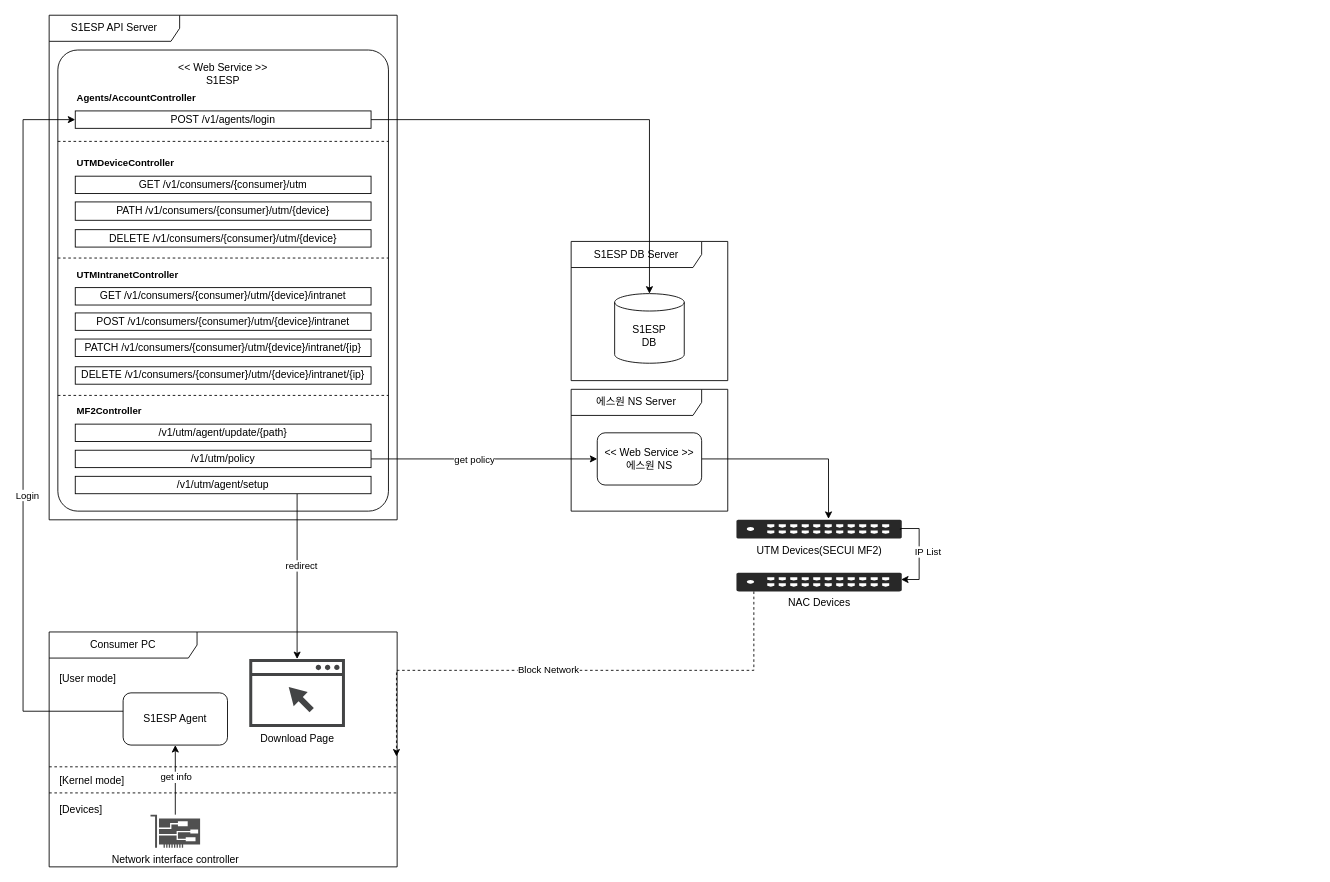
The draw.io diagram utm-s1ns.drawio in djcho/draw-io-repo, before the edit. Source tidied: cells renumbered, new cells numbered last; positions are measured from the earlier drawing's top-left corner, leaving out a move shared by most shapes. Both pictures are drawn from the tidied source at 87%, with x=0, y=0 at pixel (23, 15).
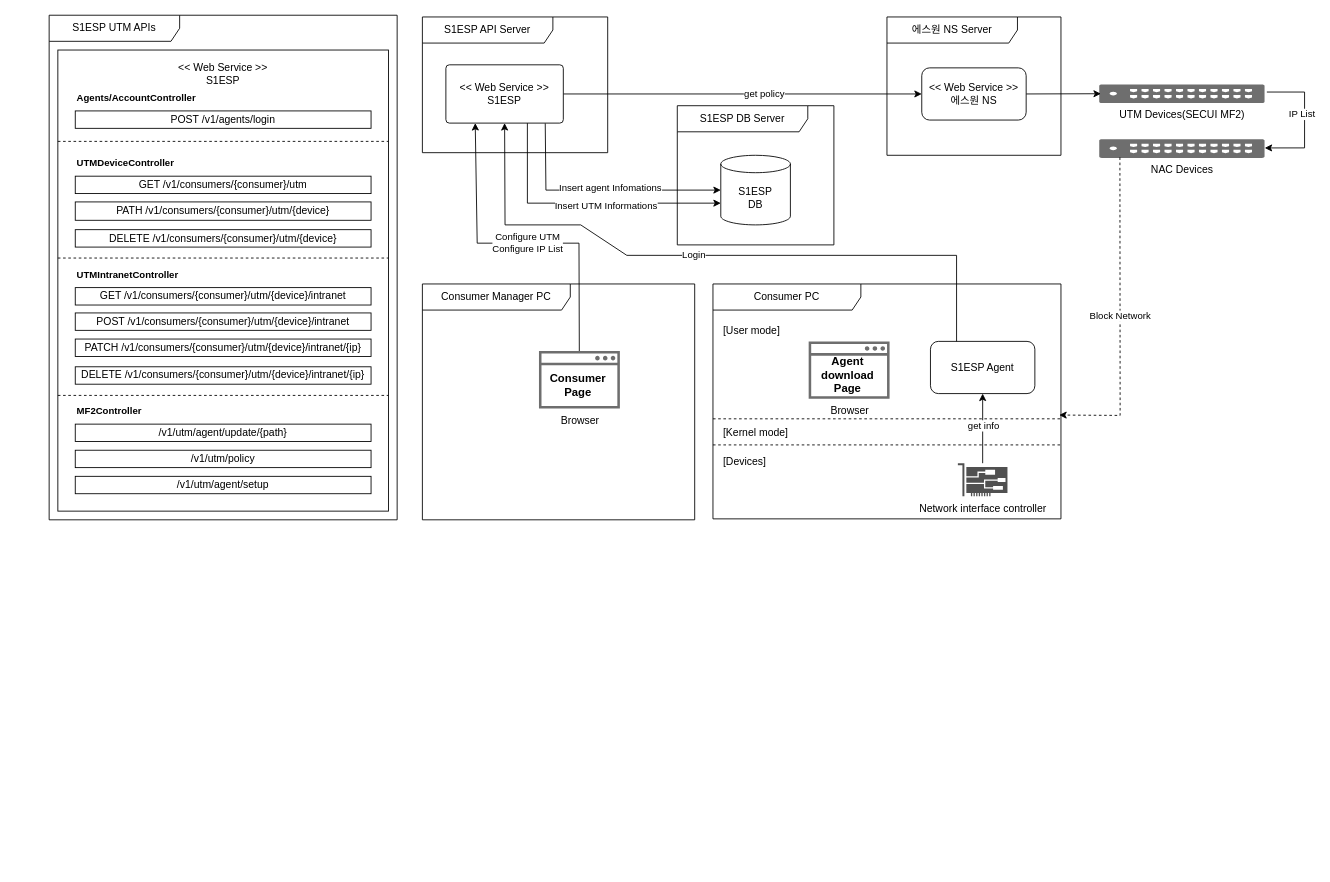
The same page after the edit.

The change refers to these unchanged cells:
```xml
<mxCell id="23" value="/v1/utm/policy" style="rounded=0;whiteSpace=wrap;html=1;" parent="1" vertex="1">
  <mxGeometry x="60" y="500" width="340" height="20" as="geometry" />
</mxCell>
<mxCell id="31" value="/v1/utm/agent/setup" style="rounded=0;whiteSpace=wrap;html=1;" parent="1" vertex="1">
  <mxGeometry x="60" y="530" width="340" height="20" as="geometry" />
</mxCell>
<mxCell id="42" value="POST&amp;nbsp;/v1/agents/login" style="rounded=0;whiteSpace=wrap;html=1;" parent="1" vertex="1">
  <mxGeometry x="60" y="110" width="340" height="20" as="geometry" />
</mxCell>
```

Diff of the diagram source:
```diff
@@
-<mxGraphModel>
+<mxGraphModel background="#ffffff">
@@
-    <mxCell id="2" value="&amp;lt;&amp;lt; Web Service&lt;span style=&quot;background-color: initial;&quot;&gt;&amp;nbsp;&amp;gt;&amp;gt;&lt;/span&gt;&lt;div&gt;S1ESP&lt;/div&gt;&lt;div&gt;&lt;br&gt;&lt;/div&gt;&lt;div&gt;&lt;br&gt;&lt;/div&gt;&lt;div&gt;&lt;br&gt;&lt;/div&gt;&lt;div&gt;&lt;br&gt;&lt;/div&gt;&lt;div&gt;&lt;br&gt;&lt;/div&gt;&lt;div&gt;&lt;br&gt;&lt;/div&gt;&lt;div&gt;&lt;br&gt;&lt;/div&gt;&lt;div&gt;&lt;br&gt;&lt;/div&gt;&lt;div&gt;&lt;br&gt;&lt;/div&gt;&lt;div&gt;&lt;br&gt;&lt;/div&gt;&lt;div&gt;&lt;br&gt;&lt;/div&gt;&lt;div&gt;&lt;br&gt;&lt;/div&gt;&lt;div&gt;&lt;br&gt;&lt;/div&gt;&lt;div&gt;&lt;br&gt;&lt;/div&gt;&lt;div&gt;&lt;br&gt;&lt;/div&gt;&lt;div&gt;&lt;br&gt;&lt;/div&gt;&lt;div&gt;&lt;br&gt;&lt;/div&gt;&lt;div&gt;&lt;br&gt;&lt;/div&gt;&lt;div&gt;&lt;br&gt;&lt;/div&gt;&lt;div&gt;&lt;br&gt;&lt;/div&gt;&lt;div&gt;&lt;br&gt;&lt;/div&gt;&lt;div&gt;&lt;br&gt;&lt;/div&gt;&lt;div&gt;&lt;br&gt;&lt;/div&gt;&lt;div&gt;&lt;br&gt;&lt;/div&gt;&lt;div&gt;&lt;br&gt;&lt;/div&gt;&lt;div&gt;&lt;br&gt;&lt;/div&gt;&lt;div&gt;&lt;br&gt;&lt;/div&gt;&lt;div&gt;&lt;br&gt;&lt;/div&gt;&lt;div&gt;&lt;br&gt;&lt;/div&gt;&lt;div&gt;&lt;br&gt;&lt;/div&gt;&lt;div&gt;&lt;br&gt;&lt;/div&gt;&lt;div&gt;&lt;br&gt;&lt;/div&gt;&lt;div&gt;&lt;br&gt;&lt;/div&gt;" style="rounded=1;whiteSpace=wrap;html=1;arcSize=6;" parent="1" vertex="1">
+    <mxCell id="2" value="&amp;lt;&amp;lt; Web Service&lt;span style=&quot;background-color: initial;&quot;&gt;&amp;nbsp;&amp;gt;&amp;gt;&lt;/span&gt;&lt;div&gt;S1ESP&lt;/div&gt;&lt;div&gt;&lt;br&gt;&lt;/div&gt;&lt;div&gt;&lt;br&gt;&lt;/div&gt;&lt;div&gt;&lt;br&gt;&lt;/div&gt;&lt;div&gt;&lt;br&gt;&lt;/div&gt;&lt;div&gt;&lt;br&gt;&lt;/div&gt;&lt;div&gt;&lt;br&gt;&lt;/div&gt;&lt;div&gt;&lt;br&gt;&lt;/div&gt;&lt;div&gt;&lt;br&gt;&lt;/div&gt;&lt;div&gt;&lt;br&gt;&lt;/div&gt;&lt;div&gt;&lt;br&gt;&lt;/div&gt;&lt;div&gt;&lt;br&gt;&lt;/div&gt;&lt;div&gt;&lt;br&gt;&lt;/div&gt;&lt;div&gt;&lt;br&gt;&lt;/div&gt;&lt;div&gt;&lt;br&gt;&lt;/div&gt;&lt;div&gt;&lt;br&gt;&lt;/div&gt;&lt;div&gt;&lt;br&gt;&lt;/div&gt;&lt;div&gt;&lt;br&gt;&lt;/div&gt;&lt;div&gt;&lt;br&gt;&lt;/div&gt;&lt;div&gt;&lt;br&gt;&lt;/div&gt;&lt;div&gt;&lt;br&gt;&lt;/div&gt;&lt;div&gt;&lt;br&gt;&lt;/div&gt;&lt;div&gt;&lt;br&gt;&lt;/div&gt;&lt;div&gt;&lt;br&gt;&lt;/div&gt;&lt;div&gt;&lt;br&gt;&lt;/div&gt;&lt;div&gt;&lt;br&gt;&lt;/div&gt;&lt;div&gt;&lt;br&gt;&lt;/div&gt;&lt;div&gt;&lt;br&gt;&lt;/div&gt;&lt;div&gt;&lt;br&gt;&lt;/div&gt;&lt;div&gt;&lt;br&gt;&lt;/div&gt;&lt;div&gt;&lt;br&gt;&lt;/div&gt;&lt;div&gt;&lt;br&gt;&lt;/div&gt;&lt;div&gt;&lt;br&gt;&lt;/div&gt;&lt;div&gt;&lt;br&gt;&lt;/div&gt;" style="rounded=1;whiteSpace=wrap;html=1;arcSize=0;" parent="1" vertex="1">
       <mxGeometry x="40" y="40" width="380" height="530" as="geometry" />
     </mxCell>
-    <mxCell id="3" value="S1ESP API Server" style="shape=umlFrame;whiteSpace=wrap;html=1;width=150;height=30;" parent="1" vertex="1">
+    <mxCell id="3" value="S1ESP UTM APIs" style="shape=umlFrame;whiteSpace=wrap;html=1;width=150;height=30;" parent="1" vertex="1">
       <mxGeometry x="30" width="400" height="580" as="geometry" />
     </mxCell>
     <mxCell id="4" value="Consumer PC" style="shape=umlFrame;whiteSpace=wrap;html=1;width=170;" parent="1" vertex="1">
-      <mxGeometry x="30" y="708.9" width="400" height="270" as="geometry" />
+      <mxGeometry x="793" y="308.9" width="400" height="270" as="geometry" />
     </mxCell>
@@
     <mxCell id="7" value="S1ESP Agent" style="rounded=1;whiteSpace=wrap;html=1;" parent="4" vertex="1">
-      <mxGeometry x="85" y="70" width="120" height="60" as="geometry" />
+      <mxGeometry x="250" y="66" width="120" height="60" as="geometry" />
     </mxCell>
@@
     <mxCell id="11" value="Network interface controller" style="sketch=0;shadow=0;dashed=0;html=1;strokeColor=none;fillColor=#505050;labelPosition=center;verticalLabelPosition=bottom;verticalAlign=top;outlineConnect=0;align=center;shape=mxgraph.office.devices.nic;" parent="4" vertex="1">
-      <mxGeometry x="116.5" y="210" width="57" height="38" as="geometry" />
+      <mxGeometry x="281.5" y="206" width="57" height="38" as="geometry" />
     </mxCell>
@@
-    <mxCell id="14" value="Download Page" style="sketch=0;shadow=0;dashed=0;html=1;strokeColor=none;fillColor=#434445;labelPosition=center;verticalLabelPosition=bottom;verticalAlign=top;align=center;outlineConnect=0;shape=mxgraph.vvd.web_browser;" parent="4" vertex="1">
-      <mxGeometry x="230" y="31.1" width="110" height="78.1" as="geometry" />
-    </mxCell>
+    <mxCell id="50" value="Browser" style="sketch=0;shadow=0;dashed=0;html=1;strokeColor=none;fillColor=#6E6E6E;labelPosition=center;verticalLabelPosition=bottom;verticalAlign=top;align=center;shape=mxgraph.vvd.web_browser;strokeWidth=1;" parent="4" vertex="1">
+      <mxGeometry x="110" y="66" width="93" height="66" as="geometry" />
+    </mxCell>
+    <mxCell id="51" value="&lt;font style=&quot;font-size: 13px;&quot;&gt;&lt;b&gt;Agent download&lt;br&gt;Page&lt;/b&gt;&lt;/font&gt;" style="text;html=1;align=center;verticalAlign=middle;whiteSpace=wrap;rounded=0;fillColor=default;" parent="4" vertex="1">
+      <mxGeometry x="120" y="85.5" width="70" height="39.5" as="geometry" />
+    </mxCell>
     <mxCell id="15" value="S1ESP&lt;br&gt;DB" style="shape=cylinder3;whiteSpace=wrap;html=1;boundedLbl=1;backgroundOutline=1;size=10;" parent="1" vertex="1">
-      <mxGeometry x="680" y="320" width="80" height="80" as="geometry" />
+      <mxGeometry x="802" y="161" width="80" height="80" as="geometry" />
     </mxCell>
-    <mxCell id="16" value="UTM Devices(SECUI MF2)" style="verticalLabelPosition=bottom;sketch=0;html=1;fillColor=#282828;strokeColor=none;verticalAlign=top;align=center;shape=mxgraph.cisco_safe.security_icons.utm;" parent="1" vertex="1">
-      <mxGeometry x="820" y="580" width="190" height="21.5" as="geometry" />
+    <mxCell id="16" value="UTM Devices(SECUI MF2)" style="verticalLabelPosition=bottom;sketch=0;html=1;fillColor=#6E6E6E;strokeColor=none;verticalAlign=top;align=center;shape=mxgraph.cisco_safe.security_icons.utm;" parent="1" vertex="1">
+      <mxGeometry x="1237" y="79.5" width="190" height="21.5" as="geometry" />
     </mxCell>
-    <mxCell id="17" style="rounded=0;jettySize=auto;html=1;exitX=1;exitY=0.5;exitDx=0;exitDy=0;entryX=0.557;entryY=-0.051;entryDx=0;entryDy=0;entryPerimeter=0;edgeStyle=orthogonalEdgeStyle;" parent="1" edge="1" source="20" target="16">
+    <mxCell id="17" style="rounded=0;jettySize=auto;html=1;exitX=1;exitY=0.5;exitDx=0;exitDy=0;entryX=0.01;entryY=0.499;entryDx=0;entryDy=0;entryPerimeter=0;" parent="1" edge="1" source="20" target="16">
       <mxGeometry relative="1" as="geometry" />
     </mxCell>
     <mxCell id="18" value="S1ESP DB Server" style="shape=umlFrame;whiteSpace=wrap;html=1;width=150;height=30;" parent="1" vertex="1">
-      <mxGeometry x="630" y="260" width="180" height="160" as="geometry" />
+      <mxGeometry x="752" y="104" width="180" height="160" as="geometry" />
     </mxCell>
     <mxCell id="19" value="에스원 NS Server" style="shape=umlFrame;whiteSpace=wrap;html=1;width=150;height=30;" parent="1" vertex="1">
-      <mxGeometry x="630" y="430" width="180" height="140" as="geometry" />
+      <mxGeometry x="993" y="2" width="200" height="159" as="geometry" />
     </mxCell>
     <mxCell id="20" value="&amp;lt;&amp;lt; Web Service &amp;gt;&amp;gt;&lt;br&gt;에스원 NS" style="rounded=1;whiteSpace=wrap;html=1;" parent="1" vertex="1">
-      <mxGeometry x="660" y="480" width="120" height="60" as="geometry" />
+      <mxGeometry x="1033" y="60.5" width="120" height="60" as="geometry" />
     </mxCell>
-    <mxCell id="21" style="rounded=0;jettySize=auto;html=1;entryX=0;entryY=0.5;entryDx=0;entryDy=0;exitX=1;exitY=0.5;exitDx=0;exitDy=0;" parent="1" edge="1" source="23" target="20">
-      <mxGeometry relative="1" as="geometry" />
-    </mxCell>
-    <mxCell id="22" value="get policy" style="edgeLabel;html=1;align=center;verticalAlign=middle;" parent="21" vertex="1">
-      <mxGeometry x="-0.09" relative="1" as="geometry" />
-    </mxCell>
@@
-    <mxCell id="25" value="NAC Devices" style="verticalLabelPosition=bottom;sketch=0;html=1;fillColor=#282828;strokeColor=none;verticalAlign=top;align=center;shape=mxgraph.cisco_safe.security_icons.utm;" parent="1" vertex="1">
-      <mxGeometry x="820" y="640.8" width="190" height="21.5" as="geometry" />
+    <mxCell id="25" value="NAC Devices" style="verticalLabelPosition=bottom;sketch=0;html=1;fillColor=#6E6E6E;strokeColor=none;verticalAlign=top;align=center;shape=mxgraph.cisco_safe.security_icons.utm;" parent="1" vertex="1">
+      <mxGeometry x="1237" y="142.5" width="190" height="21.5" as="geometry" />
     </mxCell>
-    <mxCell id="26" value="IP List" style="rounded=0;jettySize=auto;html=1;exitX=0.992;exitY=0.534;exitDx=0;exitDy=0;exitPerimeter=0;edgeStyle=orthogonalEdgeStyle;entryX=0.996;entryY=0.363;entryDx=0;entryDy=0;entryPerimeter=0;" parent="1" edge="1" source="16" target="25">
-      <mxGeometry x="-0.02" y="10" relative="1" as="geometry">
+    <mxCell id="26" value="IP List" style="rounded=0;jettySize=auto;html=1;entryX=1.001;entryY=0.467;entryDx=0;entryDy=0;entryPerimeter=0;exitX=1.014;exitY=0.409;exitDx=0;exitDy=0;exitPerimeter=0;edgeStyle=orthogonalEdgeStyle;" parent="1" edge="1" source="16" target="25">
+      <mxGeometry x="-0.1" y="-3" relative="1" as="geometry">
         <Array as="points">
-          <mxPoint x="1009" y="590" />
-          <mxPoint x="1030" y="590" />
-          <mxPoint x="1030" y="649" />
+          <mxPoint x="1473" y="88" />
+          <mxPoint x="1473" y="153" />
+          <mxPoint x="1427" y="153" />
         </Array>
       </mxGeometry>
     </mxCell>
-    <mxCell id="27" style="rounded=0;jettySize=auto;html=1;entryX=0.998;entryY=0.53;entryDx=0;entryDy=0;entryPerimeter=0;dashed=1;edgeStyle=orthogonalEdgeStyle;" parent="1" edge="1" source="25" target="4">
+    <mxCell id="27" style="rounded=0;jettySize=auto;html=1;dashed=1;entryX=0.995;entryY=0.558;entryDx=0;entryDy=0;entryPerimeter=0;exitX=0.125;exitY=0.971;exitDx=0;exitDy=0;exitPerimeter=0;" parent="1" edge="1" source="25" target="4">
       <mxGeometry relative="1" as="geometry">
         <Array as="points">
-          <mxPoint x="840" y="753" />
+          <mxPoint x="1261" y="460" />
         </Array>
       </mxGeometry>
     </mxCell>
     <mxCell id="28" value="Block Network" style="edgeLabel;html=1;align=center;verticalAlign=middle;" parent="27" vertex="1">
-      <mxGeometry x="0.09" y="-2" relative="1" as="geometry" />
+      <mxGeometry x="0.09" y="-2" relative="1" as="geometry">
+        <mxPoint x="2" y="-18" as="offset" />
+      </mxGeometry>
     </mxCell>
-    <mxCell id="29" style="rounded=0;jettySize=auto;html=1;exitX=0.75;exitY=1;exitDx=0;exitDy=0;edgeStyle=orthogonalEdgeStyle;" parent="1" edge="1" source="31" target="14">
-      <mxGeometry relative="1" as="geometry" />
-    </mxCell>
-    <mxCell id="30" value="redirect" style="edgeLabel;html=1;align=center;verticalAlign=middle;" parent="29" vertex="1">
-      <mxGeometry x="-0.07" y="2" relative="1" as="geometry">
-        <mxPoint x="3" y="-6" as="offset" />
-      </mxGeometry>
-    </mxCell>
@@
-    <mxCell id="36" style="edgeStyle=orthogonalEdgeStyle;rounded=0;jettySize=auto;html=1;entryX=0;entryY=0.5;entryDx=0;entryDy=0;" parent="1" edge="1" source="7" target="42">
-      <mxGeometry relative="1" as="geometry">
-        <Array as="points">
-          <mxPoint x="175" y="800" />
-          <mxPoint y="800" />
-          <mxPoint y="130" />
-        </Array>
-      </mxGeometry>
-    </mxCell>
-    <mxCell id="37" value="Login" style="edgeLabel;html=1;align=center;verticalAlign=middle;" parent="36" vertex="1">
-      <mxGeometry x="-0.15" y="-4" relative="1" as="geometry">
-        <mxPoint y="-1" as="offset" />
-      </mxGeometry>
-    </mxCell>
@@
-    <mxCell id="41" style="edgeStyle=orthogonalEdgeStyle;rounded=0;jettySize=auto;html=1;" parent="1" edge="1" source="42" target="15">
-      <mxGeometry relative="1" as="geometry" />
-    </mxCell>
@@
+    <mxCell id="52" style="rounded=0;jettySize=auto;html=1;entryX=0;entryY=0.5;entryDx=0;entryDy=0;" parent="1" edge="1" source="53" target="20">
+      <mxGeometry relative="1" as="geometry" />
+    </mxCell>
+    <mxCell id="22" value="get policy" style="edgeLabel;html=1;align=center;verticalAlign=middle;" parent="52" vertex="1">
+      <mxGeometry x="0.11" y="-5" relative="1" as="geometry">
+        <mxPoint x="1" y="-5" as="offset" />
+      </mxGeometry>
+    </mxCell>
+    <mxCell id="53" value="&amp;lt;&amp;lt; Web Service&lt;span style=&quot;background-color: initial;&quot;&gt;&amp;nbsp;&amp;gt;&amp;gt;&lt;/span&gt;&lt;div&gt;S1ESP&lt;/div&gt;" style="rounded=1;whiteSpace=wrap;html=1;arcSize=6;" parent="1" vertex="1">
+      <mxGeometry x="486" y="57" width="135" height="67" as="geometry" />
+    </mxCell>
+    <mxCell id="54" value="S1ESP API Server" style="shape=umlFrame;whiteSpace=wrap;html=1;width=150;height=30;" parent="1" vertex="1">
+      <mxGeometry x="459" y="2" width="213" height="156" as="geometry" />
+    </mxCell>
+    <mxCell id="55" style="rounded=0;jettySize=auto;html=1;entryX=0.25;entryY=1;entryDx=0;entryDy=0;" parent="1" edge="1" source="61" target="53">
+      <mxGeometry relative="1" as="geometry">
+        <Array as="points">
+          <mxPoint x="639" y="262" />
+          <mxPoint x="522" y="262" />
+        </Array>
+      </mxGeometry>
+    </mxCell>
+    <mxCell id="56" value="Configure UTM&lt;br&gt;Configure IP List" style="edgeLabel;html=1;align=center;verticalAlign=middle;" parent="55" vertex="1">
+      <mxGeometry x="-0.13" relative="1" as="geometry">
+        <mxPoint x="-19" y="-1" as="offset" />
+      </mxGeometry>
+    </mxCell>
+    <mxCell id="57" style="rounded=0;jettySize=auto;html=1;entryX=0.5;entryY=1;entryDx=0;entryDy=0;exitX=0.25;exitY=0;exitDx=0;exitDy=0;" parent="1" edge="1" source="7" target="53">
+      <mxGeometry relative="1" as="geometry">
+        <Array as="points">
+          <mxPoint x="1073" y="276" />
+          <mxPoint x="694" y="276" />
+          <mxPoint x="641" y="241" />
+          <mxPoint x="554" y="241" />
+        </Array>
+      </mxGeometry>
+    </mxCell>
+    <mxCell id="37" value="Login" style="edgeLabel;html=1;align=center;verticalAlign=middle;" parent="57" vertex="1">
+      <mxGeometry x="-0.02" y="2" relative="1" as="geometry">
+        <mxPoint x="-36" y="-4" as="offset" />
+      </mxGeometry>
+    </mxCell>
+    <mxCell id="58" style="rounded=0;jettySize=auto;html=1;entryX=0;entryY=0.5;entryDx=0;entryDy=0;entryPerimeter=0;exitX=0.846;exitY=1.005;exitDx=0;exitDy=0;exitPerimeter=0;" parent="1" edge="1" source="53" target="15">
+      <mxGeometry relative="1" as="geometry">
+        <Array as="points">
+          <mxPoint x="601" y="201" />
+          <mxPoint x="711" y="201" />
+        </Array>
+      </mxGeometry>
+    </mxCell>
+    <mxCell id="59" value="Consumer Manager PC" style="shape=umlFrame;whiteSpace=wrap;html=1;width=170;" parent="1" vertex="1">
+      <mxGeometry x="459" y="308.9" width="313" height="271.1" as="geometry" />
+    </mxCell>
+    <mxCell id="60" style="group;" parent="59" vertex="1">
+      <mxGeometry x="134" y="77.1" width="93" height="66" as="geometry" />
+    </mxCell>
+    <mxCell id="61" value="Browser" style="sketch=0;shadow=0;dashed=0;html=1;strokeColor=none;fillColor=#6E6E6E;labelPosition=center;verticalLabelPosition=bottom;verticalAlign=top;align=center;outlineConnect=0;shape=mxgraph.vvd.web_browser;strokeWidth=1;" parent="60" vertex="1">
+      <mxGeometry width="93" height="66" as="geometry" />
+    </mxCell>
+    <mxCell id="62" value="&lt;font style=&quot;font-size: 13px;&quot;&gt;&lt;b&gt;Consumer&lt;br&gt;Page&lt;/b&gt;&lt;/font&gt;" style="text;html=1;align=center;verticalAlign=middle;whiteSpace=wrap;rounded=0;fillColor=default;" parent="60" vertex="1">
+      <mxGeometry x="10" y="19.5" width="70" height="39.5" as="geometry" />
+    </mxCell>
+    <mxCell id="63" style="rounded=0;jettySize=auto;html=1;exitX=0.694;exitY=1.001;exitDx=0;exitDy=0;exitPerimeter=0;edgeStyle=orthogonalEdgeStyle;entryX=0;entryY=0;entryDx=0;entryDy=55;entryPerimeter=0;" parent="1" edge="1" source="53" target="15">
+      <mxGeometry relative="1" as="geometry" />
+    </mxCell>
+    <mxCell id="64" value="Insert agent Infomations" style="edgeLabel;html=1;align=center;verticalAlign=middle;" parent="63" vertex="1">
+      <mxGeometry x="-0.46" y="-6" relative="1" as="geometry">
+        <mxPoint x="101" y="-11" as="offset" />
+      </mxGeometry>
+    </mxCell>
+    <mxCell id="65" value="Insert UTM Informations" style="edgeLabel;html=1;align=center;verticalAlign=middle;" parent="63" vertex="1">
+      <mxGeometry x="0.08" y="-2" relative="1" as="geometry">
+        <mxPoint x="12" as="offset" />
+      </mxGeometry>
+    </mxCell>
```
